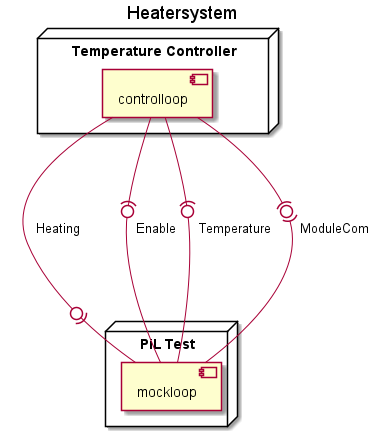
Earlier version of the PlantUML export doc/Heatersystem.png (sukapx/embedded-bdd).
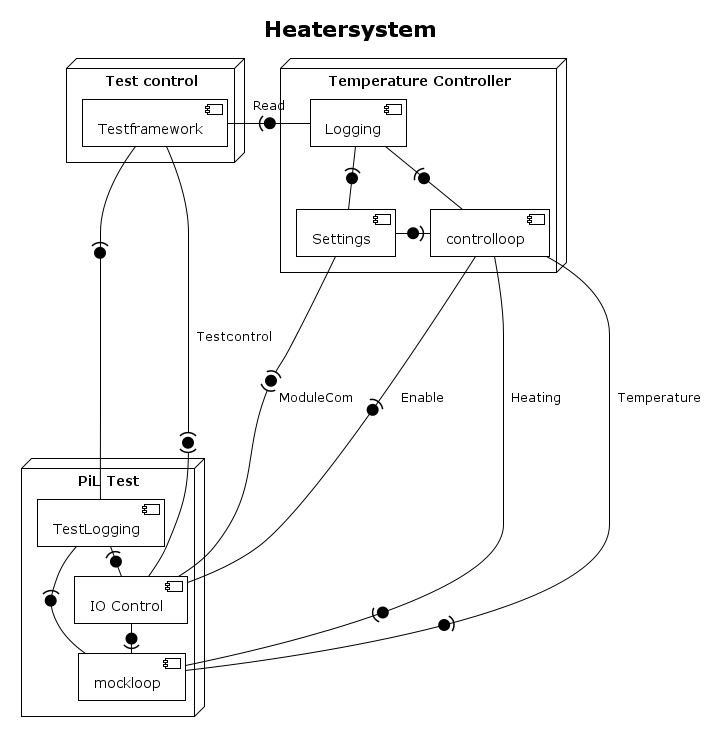
The same file after the commit.

The edit, as a diff of the source:
```diff
@@ -1,19 +1,42 @@
 @startuml
-	skinparam componentStyle uml2
+!theme plain
 
-	title Heatersystem
+skinparam componentStyle uml2
 
-	node "Temperature Controller" {
-    [controlloop]
-	}
+title Heatersystem
 
-  node "PiL Test" {
-    [mockloop]
-  }
+node "Temperature Controller" {
+  [controlloop]
+  [Settings]
+  [Logging]
 
-  [controlloop] -0)- [mockloop] : Heating
-  [controlloop] -(0- [mockloop] : Enable
-  [controlloop] -(0- [mockloop] : Temperature
-  [controlloop] --(0)-- [mockloop] : ModuleCom
+  [controlloop] -right(0- [Settings]
+  [Logging] -(0- [Settings]
+  [Logging] -(0- [controlloop]
+}
+
+node "PiL Test" {
+  [mockloop]
+  [IO Control]
+  [TestLogging]
+
+  [IO Control] -right0)- [mockloop]
+  [TestLogging] -(0- [mockloop]
+  [TestLogging] -right(0- [IO Control]
+}
+
+node "Test control" {
+  [Testframework]
+}
+
+[controlloop] --0)-- [mockloop] : Heating
+[controlloop] --(0-- [IO Control] : Enable
+[controlloop] -(0-- [mockloop] : Temperature
+
+[Settings] -(0)- [IO Control] : ModuleCom
+
+[Testframework] --right(0)-- [IO Control] : Testcontrol
+[Testframework] --right(0-- [Logging] : Read
+[Testframework] --right(0-- [TestLogging]
 
 @enduml
```
